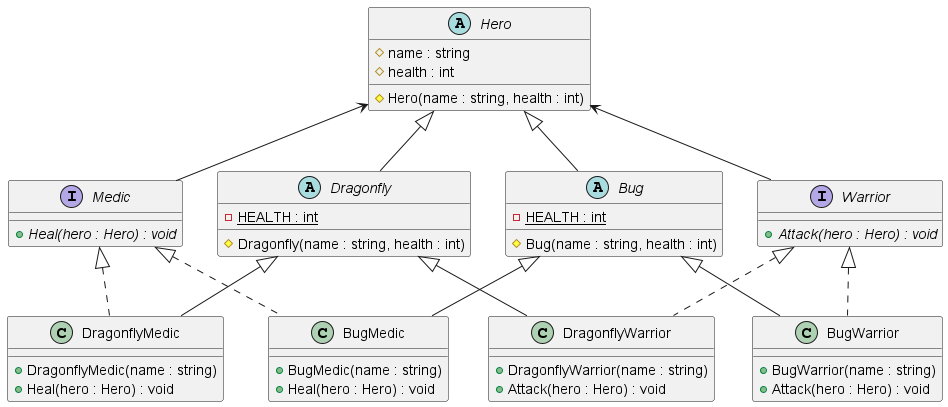
Above: Heroes.Core/diagram_class.png in anst-foto/Heroes (PlantUML), before the change.
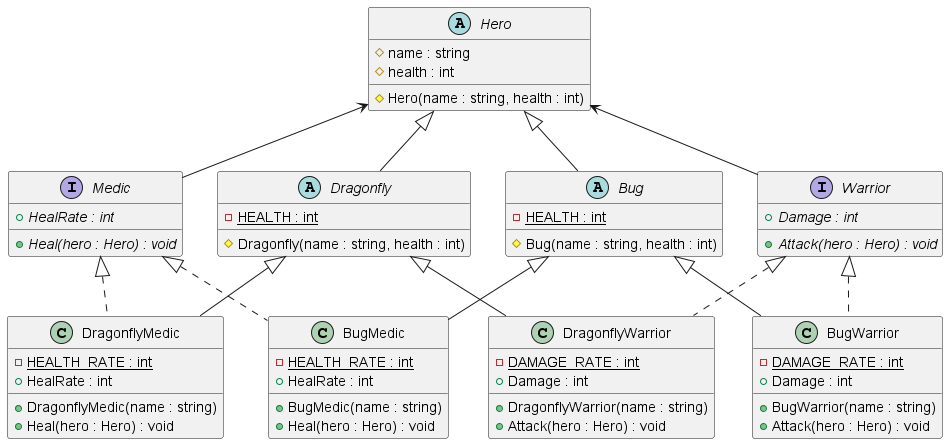
The same diagram one commit later.

Commit message:
Update diagram class

Diff of the diagram source:
```diff
@@ -15,11 +15,13 @@
 
 Hero <-- Medic
 interface Medic {
++ {abstract} HealRate : int
 + {abstract} Heal(hero : Hero) : void
 }
 
 Hero <-- Warrior
 interface Warrior {
++ {abstract} Damage : int
 + {abstract} Attack(hero : Hero) : void
 }
 
@@ -32,6 +34,8 @@
 Dragonfly <|-- DragonflyMedic
 Medic <|.. DragonflyMedic
 class DragonflyMedic {
+- {static} HEALTH_RATE : int
++ HealRate : int
 + DragonflyMedic(name : string)
 + Heal(hero : Hero) : void
 }
@@ -39,6 +43,8 @@
 Dragonfly <|-- DragonflyWarrior
 Warrior <|.. DragonflyWarrior
 class DragonflyWarrior {
+- {static} DAMAGE_RATE : int
++ Damage : int
 + DragonflyWarrior(name : string)
 + Attack(hero : Hero) : void
 }
@@ -46,6 +52,8 @@
 Bug <|-- BugWarrior
 Warrior <|.. BugWarrior
 class BugWarrior {
+- {static} DAMAGE_RATE : int
++ Damage : int
 + BugWarrior(name : string)
 + Attack(hero : Hero) : void
 }
@@ -53,6 +61,8 @@
 Bug <|-- BugMedic
 Medic <|.. BugMedic
 class BugMedic {
+- {static} HEALTH_RATE : int
++ HealRate : int
 + BugMedic(name : string)
 + Heal(hero : Hero) : void
 }
```
